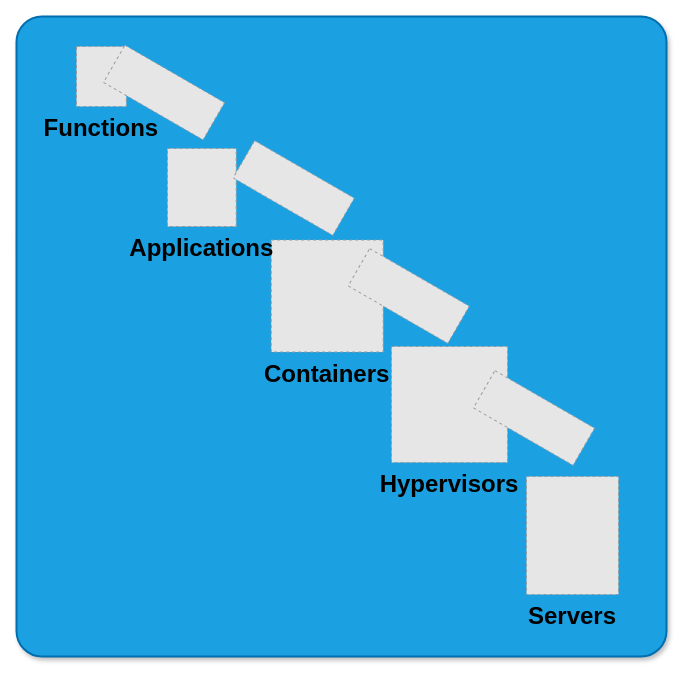
This is src/media/diagrams/cloud-computing-packages/computing-abstraction-packages.drawio from ourchitecture/hello-cloud, a draw.io file, before an edit. Source tidied: cells renumbered, new cells numbered last; positions are measured from the earlier drawing's top-left corner, leaving out a move shared by most shapes. Both pictures are drawn from the tidied source at 100%, with x=0, y=0 at pixel (16, 16). Pictures stored in the file or linked from it are replaced by grey dashed boxes.
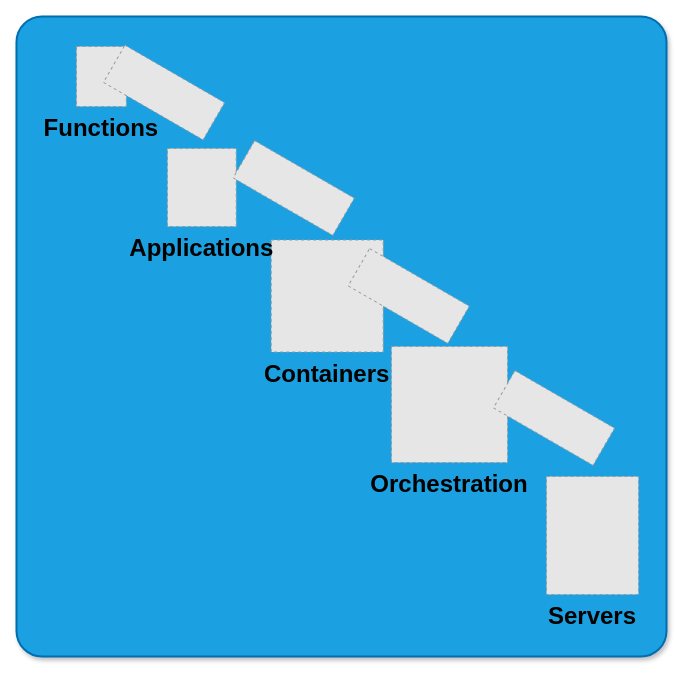
The same page after the edit.

Commit message (it also covers changes not shown here):
fix: replace hypervisor with orchestration

Diff of the diagram source:
```diff
@@
 <mxGraphModel>
   <root>
     <mxCell id="0" />
     <mxCell id="1" parent="0" />
     <mxCell id="2" style="rounded=1;whiteSpace=wrap;html=1;arcSize=4;strokeWidth=2;sketch=0;shadow=1;glass=0;fontColor=#ffffff;fillColor=#1ba1e2;strokeColor=#006EAF;" parent="1" vertex="1">
       <mxGeometry width="650" height="640" as="geometry" />
     </mxCell>
     <mxCell id="3" value="Functions" style="fillColor=#E6E6E6;strokeColor=#999999;dashed=1;verticalLabelPosition=bottom;labelBackgroundColor=none;verticalAlign=top;fontSize=24;fontStyle=1;" parent="1" vertex="1">
       <mxGeometry x="60" y="30" width="49.8" height="60" as="geometry" />
     </mxCell>
     <mxCell id="4" value="Servers" style="fillColor=#E6E6E6;strokeColor=#999999;dashed=1;verticalLabelPosition=bottom;labelBackgroundColor=none;verticalAlign=top;fontSize=24;fontStyle=1;" parent="1" vertex="1">
-      <mxGeometry x="510" y="460" width="92" height="118" as="geometry" />
+      <mxGeometry x="530" y="460" width="92" height="118" as="geometry" />
     </mxCell>
-    <mxCell id="5" value="Hypervisors" style="fillColor=#E6E6E6;strokeColor=#999999;dashed=1;verticalLabelPosition=bottom;labelBackgroundColor=none;verticalAlign=top;fontSize=24;fontStyle=1;" parent="1" vertex="1">
+    <mxCell id="5" value="Orchestration" style="fillColor=#E6E6E6;strokeColor=#999999;dashed=1;verticalLabelPosition=bottom;labelBackgroundColor=none;verticalAlign=top;fontSize=24;fontStyle=1;" parent="1" vertex="1">
       <mxGeometry x="375" y="330" width="116" height="116" as="geometry" />
     </mxCell>
     <mxCell id="6" value="Containers" style="fillColor=#E6E6E6;strokeColor=#999999;dashed=1;verticalLabelPosition=bottom;labelBackgroundColor=none;verticalAlign=top;fontSize=24;fontStyle=1;" parent="1" vertex="1">
       <mxGeometry x="254.7" y="223.5" width="112" height="112" as="geometry" />
     </mxCell>
     <mxCell id="7" value="Applications" style="fillColor=#E6E6E6;strokeColor=#999999;dashed=1;verticalLabelPosition=bottom;labelBackgroundColor=none;verticalAlign=top;fontSize=24;fontStyle=1;" parent="1" vertex="1">
       <mxGeometry x="151" y="132" width="68.7" height="78" as="geometry" />
     </mxCell>
     <mxCell id="8" style="fillColor=#E6E6E6;strokeColor=#999999;dashed=1;verticalLabelPosition=bottom;labelBackgroundColor=#ffffff;verticalAlign=top;rotation=30;" parent="1" vertex="1">
       <mxGeometry x="90" y="54.5" width="115" height="43" as="geometry" />
     </mxCell>
     <mxCell id="9" style="fillColor=#E6E6E6;strokeColor=#999999;dashed=1;verticalLabelPosition=bottom;labelBackgroundColor=#ffffff;verticalAlign=top;rotation=30;" parent="1" vertex="1">
       <mxGeometry x="219.7" y="150" width="115" height="43" as="geometry" />
     </mxCell>
     <mxCell id="10" style="fillColor=#E6E6E6;strokeColor=#999999;dashed=1;verticalLabelPosition=bottom;labelBackgroundColor=#ffffff;verticalAlign=top;rotation=30;" parent="1" vertex="1">
       <mxGeometry x="334.7" y="258" width="115" height="43" as="geometry" />
     </mxCell>
     <mxCell id="11" style="fillColor=#E6E6E6;strokeColor=#999999;dashed=1;verticalLabelPosition=bottom;labelBackgroundColor=#ffffff;verticalAlign=top;rotation=30;" parent="1" vertex="1">
-      <mxGeometry x="460" y="380" width="115" height="43" as="geometry" />
+      <mxGeometry x="480" y="380" width="115" height="43" as="geometry" />
     </mxCell>
   </root>
 </mxGraphModel>
```
